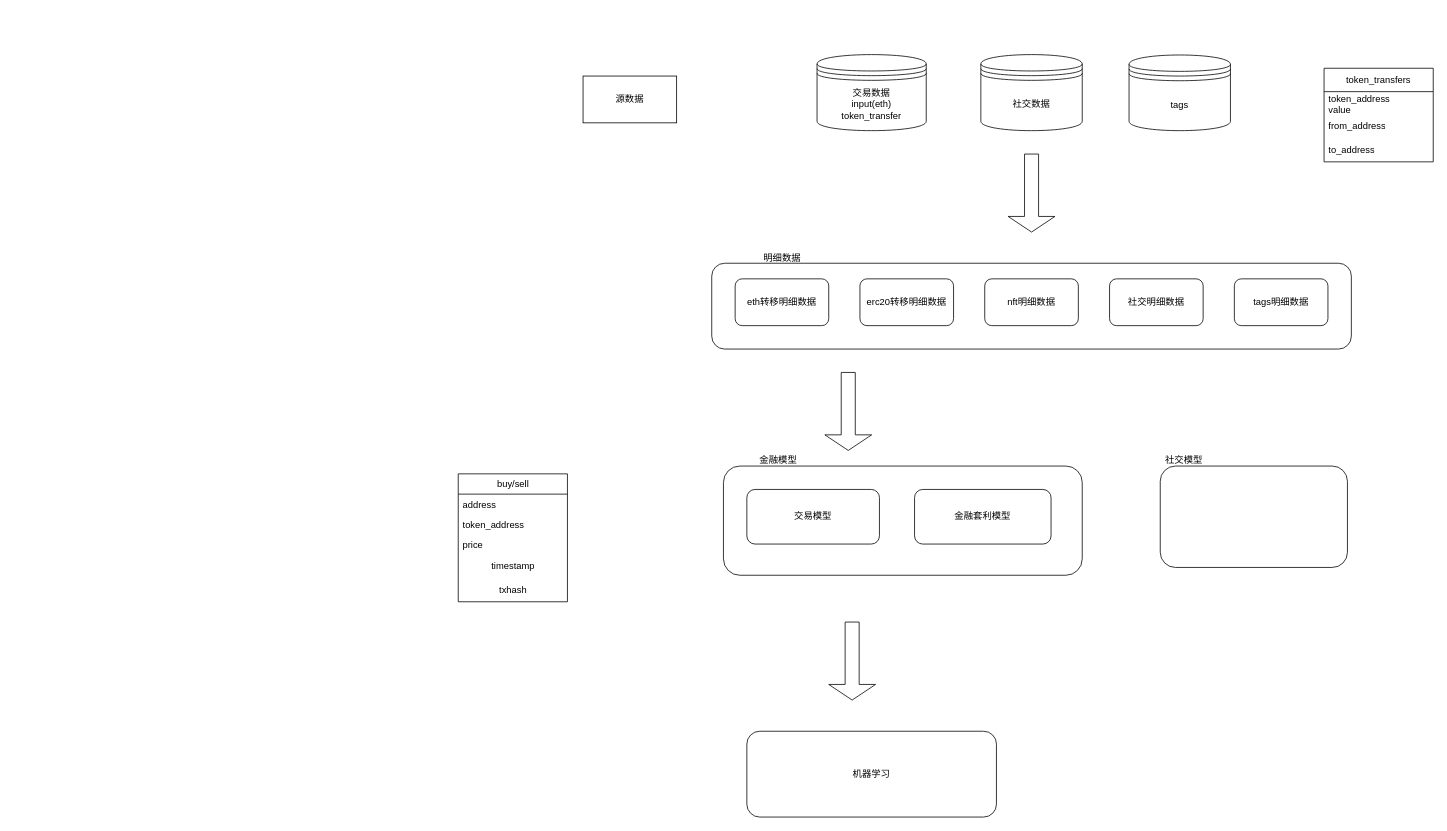
Earlier version of the draw.io diagram data.drawio (YuPccc/My-learning-demo). Source tidied: cells renumbered, new cells numbered last; positions are measured from the earlier drawing's top-left corner, leaving out a move shared by most shapes. Both pictures are drawn from the tidied source at 78%, with x=0, y=0 at pixel (458, 54).
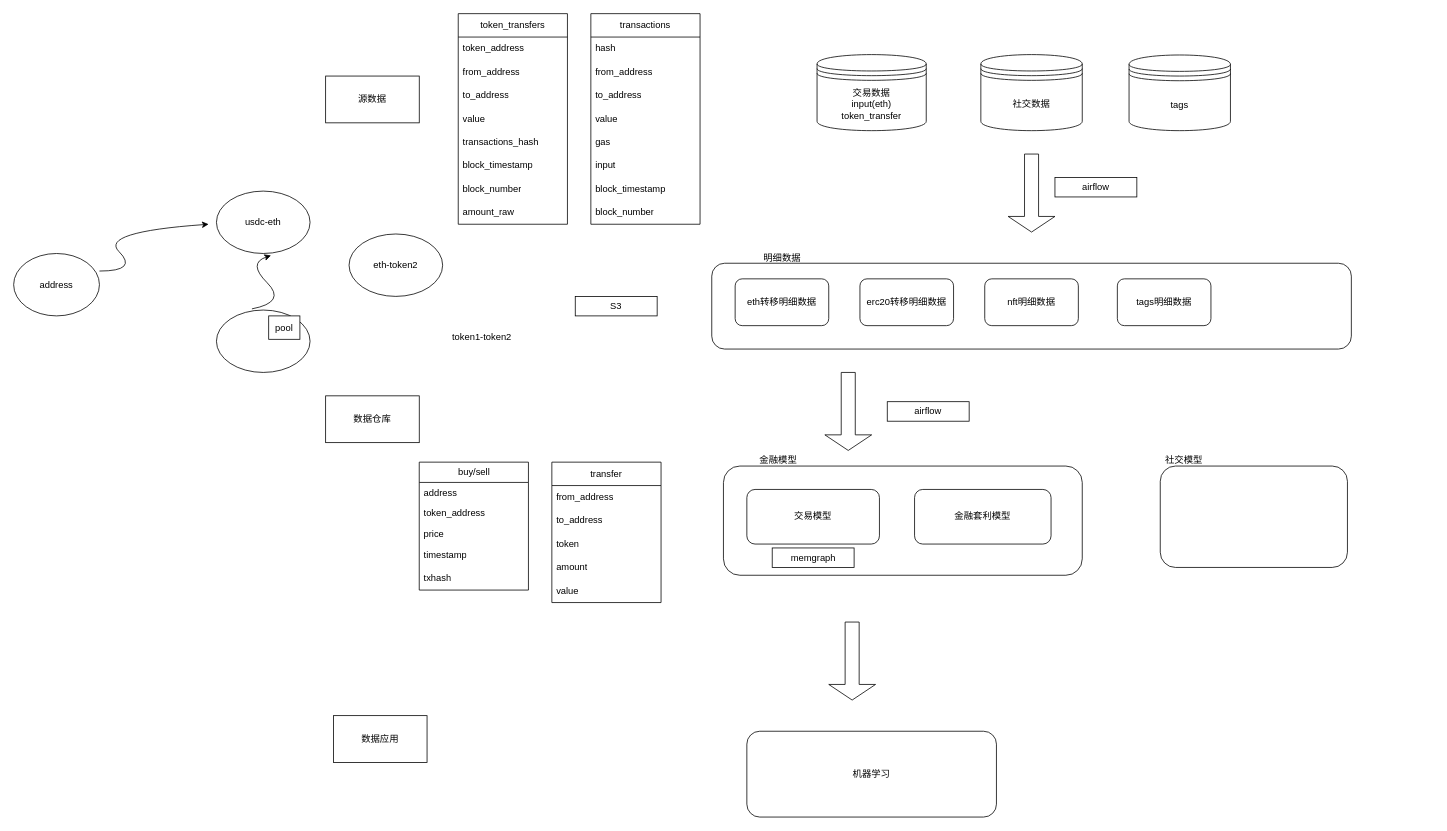
After the change.

What changed in the source:
```diff
@@
     <mxCell id="3" value="源数据" style="rounded=0;whiteSpace=wrap;html=1;" parent="1" vertex="1">
-      <mxGeometry x="160" y="28" width="120" height="60" as="geometry" />
+      <mxGeometry x="-170" y="28" width="120" height="60" as="geometry" />
     </mxCell>
@@
-    <mxCell id="12" value="社交明细数据" style="rounded=1;whiteSpace=wrap;html=1;" parent="1" vertex="1">
-      <mxGeometry x="835" y="288" width="120" height="60" as="geometry" />
-    </mxCell>
     <mxCell id="13" value="tags明细数据" style="rounded=1;whiteSpace=wrap;html=1;" parent="1" vertex="1">
-      <mxGeometry x="995" y="288" width="120" height="60" as="geometry" />
+      <mxGeometry x="845" y="288" width="120" height="60" as="geometry" />
     </mxCell>
@@
     <mxCell id="23" value="token_transfers" style="swimlane;fontStyle=0;horizontal=1;startSize=30;whiteSpace=wrap;html=1;" parent="1" vertex="1">
-      <mxGeometry x="1110" y="18" width="140" height="120" as="geometry" />
+      <mxGeometry y="-52" width="140" height="270" as="geometry" />
     </mxCell>
-    <mxCell id="24" value="token_address&lt;br&gt;value" style="text;strokeColor=none;fillColor=none;align=left;verticalAlign=middle;spacingLeft=4;spacingRight=4;overflow=hidden;whiteSpace=wrap;html=1;" parent="23" vertex="1">
+    <mxCell id="24" value="token_address&lt;br&gt;" style="text;strokeColor=none;fillColor=none;align=left;verticalAlign=middle;spacingLeft=4;spacingRight=4;overflow=hidden;whiteSpace=wrap;html=1;" parent="23" vertex="1">
       <mxGeometry y="30" width="140" height="30" as="geometry" />
     </mxCell>
@@
+    <mxCell id="33" value="to_address" style="text;strokeColor=none;fillColor=none;align=left;verticalAlign=middle;spacingLeft=4;spacingRight=4;overflow=hidden;whiteSpace=wrap;html=1;" parent="23" vertex="1">
+      <mxGeometry y="90" width="140" height="30" as="geometry" />
+    </mxCell>
+    <mxCell id="34" value="value" style="text;strokeColor=none;fillColor=none;align=left;verticalAlign=middle;spacingLeft=4;spacingRight=4;overflow=hidden;whiteSpace=wrap;html=1;" parent="23" vertex="1">
+      <mxGeometry y="120" width="140" height="30" as="geometry" />
+    </mxCell>
+    <mxCell id="35" value="transactions_hash" style="text;strokeColor=none;fillColor=none;align=left;verticalAlign=middle;spacingLeft=4;spacingRight=4;overflow=hidden;whiteSpace=wrap;html=1;" parent="23" vertex="1">
+      <mxGeometry y="150" width="140" height="30" as="geometry" />
+    </mxCell>
+    <mxCell id="36" value="block_timestamp" style="text;strokeColor=none;fillColor=none;align=left;verticalAlign=middle;spacingLeft=4;spacingRight=4;overflow=hidden;whiteSpace=wrap;html=1;" parent="23" vertex="1">
+      <mxGeometry y="180" width="140" height="30" as="geometry" />
+    </mxCell>
-    <mxCell id="26" value="to_address" style="text;strokeColor=none;fillColor=none;align=left;verticalAlign=middle;spacingLeft=4;spacingRight=4;overflow=hidden;whiteSpace=wrap;html=1;" parent="23" vertex="1">
-      <mxGeometry y="90" width="140" height="30" as="geometry" />
+    <mxCell id="26" value="block_number" style="text;strokeColor=none;fillColor=none;align=left;verticalAlign=middle;spacingLeft=4;spacingRight=4;overflow=hidden;whiteSpace=wrap;html=1;" parent="23" vertex="1">
+      <mxGeometry y="210" width="140" height="30" as="geometry" />
     </mxCell>
+    <mxCell id="37" value="amount_raw" style="text;strokeColor=none;fillColor=none;align=left;verticalAlign=middle;spacingLeft=4;spacingRight=4;overflow=hidden;whiteSpace=wrap;html=1;" parent="23" vertex="1">
+      <mxGeometry y="240" width="140" height="30" as="geometry" />
+    </mxCell>
     <mxCell id="27" value="buy/sell" style="swimlane;fontStyle=0;horizontal=1;startSize=26;fillColor=none;html=1;" parent="1" vertex="1">
-      <mxGeometry y="538" width="140" height="164" as="geometry" />
+      <mxGeometry x="-50" y="523" width="140" height="164" as="geometry" />
     </mxCell>
@@
-    <mxCell id="31" value="timestamp" style="text;html=1;align=center;verticalAlign=middle;strokeColor=none;fillColor=none;" parent="27" vertex="1">
+    <mxCell id="31" value="timestamp" style="text;strokeColor=none;fillColor=none;align=left;verticalAlign=middle;spacingLeft=4;spacingRight=4;overflow=hidden;whiteSpace=wrap;html=1;" parent="27" vertex="1">
       <mxGeometry y="104" width="140" height="30" as="geometry" />
     </mxCell>
-    <mxCell id="32" value="txhash" style="text;html=1;align=center;verticalAlign=middle;strokeColor=none;fillColor=none;" parent="27" vertex="1">
+    <mxCell id="32" value="txhash" style="text;strokeColor=none;fillColor=none;align=left;verticalAlign=middle;spacingLeft=4;spacingRight=4;overflow=hidden;whiteSpace=wrap;html=1;" parent="27" vertex="1">
       <mxGeometry y="134" width="140" height="30" as="geometry" />
     </mxCell>
+    <mxCell id="38" value="transfer" style="swimlane;fontStyle=0;horizontal=1;startSize=30;whiteSpace=wrap;html=1;" parent="1" vertex="1">
+      <mxGeometry x="120" y="523" width="140" height="180" as="geometry" />
+    </mxCell>
+    <mxCell id="39" value="from_address" style="text;strokeColor=none;fillColor=none;align=left;verticalAlign=middle;spacingLeft=4;spacingRight=4;overflow=hidden;whiteSpace=wrap;html=1;" parent="38" vertex="1">
+      <mxGeometry y="30" width="140" height="30" as="geometry" />
+    </mxCell>
+    <mxCell id="40" value="to_address" style="text;strokeColor=none;fillColor=none;align=left;verticalAlign=middle;spacingLeft=4;spacingRight=4;overflow=hidden;whiteSpace=wrap;html=1;" parent="38" vertex="1">
+      <mxGeometry y="60" width="140" height="30" as="geometry" />
+    </mxCell>
+    <mxCell id="41" value="token" style="text;strokeColor=none;fillColor=none;align=left;verticalAlign=middle;spacingLeft=4;spacingRight=4;overflow=hidden;whiteSpace=wrap;html=1;" parent="38" vertex="1">
+      <mxGeometry y="90" width="140" height="30" as="geometry" />
+    </mxCell>
+    <mxCell id="42" value="amount" style="text;strokeColor=none;fillColor=none;align=left;verticalAlign=middle;spacingLeft=4;spacingRight=4;overflow=hidden;whiteSpace=wrap;html=1;" parent="38" vertex="1">
+      <mxGeometry y="120" width="140" height="30" as="geometry" />
+    </mxCell>
+    <mxCell id="43" value="value" style="text;strokeColor=none;fillColor=none;align=left;verticalAlign=middle;spacingLeft=4;spacingRight=4;overflow=hidden;whiteSpace=wrap;html=1;" parent="38" vertex="1">
+      <mxGeometry y="150" width="140" height="30" as="geometry" />
+    </mxCell>
+    <mxCell id="44" value="transactions" style="swimlane;fontStyle=0;horizontal=1;startSize=30;whiteSpace=wrap;html=1;" parent="1" vertex="1">
+      <mxGeometry x="170" y="-52" width="140" height="270" as="geometry" />
+    </mxCell>
+    <mxCell id="45" value="hash" style="text;strokeColor=none;fillColor=none;align=left;verticalAlign=middle;spacingLeft=4;spacingRight=4;overflow=hidden;whiteSpace=wrap;html=1;" parent="44" vertex="1">
+      <mxGeometry y="30" width="140" height="30" as="geometry" />
+    </mxCell>
+    <mxCell id="46" value="from_address" style="text;strokeColor=none;fillColor=none;align=left;verticalAlign=middle;spacingLeft=4;spacingRight=4;overflow=hidden;whiteSpace=wrap;html=1;" parent="44" vertex="1">
+      <mxGeometry y="60" width="140" height="30" as="geometry" />
+    </mxCell>
+    <mxCell id="47" value="to_address" style="text;strokeColor=none;fillColor=none;align=left;verticalAlign=middle;spacingLeft=4;spacingRight=4;overflow=hidden;whiteSpace=wrap;html=1;" parent="44" vertex="1">
+      <mxGeometry y="90" width="140" height="30" as="geometry" />
+    </mxCell>
+    <mxCell id="48" value="value" style="text;strokeColor=none;fillColor=none;align=left;verticalAlign=middle;spacingLeft=4;spacingRight=4;overflow=hidden;whiteSpace=wrap;html=1;" parent="44" vertex="1">
+      <mxGeometry y="120" width="140" height="30" as="geometry" />
+    </mxCell>
+    <mxCell id="49" value="gas" style="text;strokeColor=none;fillColor=none;align=left;verticalAlign=middle;spacingLeft=4;spacingRight=4;overflow=hidden;whiteSpace=wrap;html=1;" parent="44" vertex="1">
+      <mxGeometry y="150" width="140" height="30" as="geometry" />
+    </mxCell>
+    <mxCell id="50" value="input" style="text;strokeColor=none;fillColor=none;align=left;verticalAlign=middle;spacingLeft=4;spacingRight=4;overflow=hidden;whiteSpace=wrap;html=1;" parent="44" vertex="1">
+      <mxGeometry y="180" width="140" height="30" as="geometry" />
+    </mxCell>
+    <mxCell id="51" value="block_timestamp" style="text;strokeColor=none;fillColor=none;align=left;verticalAlign=middle;spacingLeft=4;spacingRight=4;overflow=hidden;whiteSpace=wrap;html=1;" parent="44" vertex="1">
+      <mxGeometry y="210" width="140" height="30" as="geometry" />
+    </mxCell>
+    <mxCell id="52" value="block_number" style="text;strokeColor=none;fillColor=none;align=left;verticalAlign=middle;spacingLeft=4;spacingRight=4;overflow=hidden;whiteSpace=wrap;html=1;" parent="44" vertex="1">
+      <mxGeometry y="240" width="140" height="30" as="geometry" />
+    </mxCell>
+    <mxCell id="53" value="数据仓库" style="rounded=0;whiteSpace=wrap;html=1;" parent="1" vertex="1">
+      <mxGeometry x="-170" y="438" width="120" height="60" as="geometry" />
+    </mxCell>
+    <mxCell id="54" value="数据应用" style="rounded=0;whiteSpace=wrap;html=1;" parent="1" vertex="1">
+      <mxGeometry x="-160" y="848" width="120" height="60" as="geometry" />
+    </mxCell>
+    <mxCell id="55" value="airflow" style="rounded=0;whiteSpace=wrap;html=1;" parent="1" vertex="1">
+      <mxGeometry x="765" y="158" width="105" height="25" as="geometry" />
+    </mxCell>
+    <mxCell id="56" value="S3" style="rounded=0;whiteSpace=wrap;html=1;" parent="1" vertex="1">
+      <mxGeometry x="150" y="310.5" width="105" height="25" as="geometry" />
+    </mxCell>
+    <mxCell id="57" value="airflow" style="rounded=0;whiteSpace=wrap;html=1;" parent="1" vertex="1">
+      <mxGeometry x="550" y="445.5" width="105" height="25" as="geometry" />
+    </mxCell>
+    <mxCell id="58" value="memgraph" style="rounded=0;whiteSpace=wrap;html=1;" parent="1" vertex="1">
+      <mxGeometry x="402.5" y="633" width="105" height="25" as="geometry" />
+    </mxCell>
+    <mxCell id="59" value="token1-token2" style="text;html=1;align=center;verticalAlign=middle;strokeColor=none;fillColor=none;" parent="1" vertex="1">
+      <mxGeometry x="-20" y="348" width="100" height="30" as="geometry" />
+    </mxCell>
+    <mxCell id="60" value="address" style="ellipse;whiteSpace=wrap;html=1;" parent="1" vertex="1">
+      <mxGeometry x="-570" y="255.5" width="110" height="80" as="geometry" />
+    </mxCell>
+    <mxCell id="61" style="ellipse;whiteSpace=wrap;html=1;" parent="1" vertex="1">
+      <mxGeometry x="-310" y="328" width="120" height="80" as="geometry" />
+    </mxCell>
+    <mxCell id="62" value="eth-token2" style="ellipse;whiteSpace=wrap;html=1;" parent="1" vertex="1">
+      <mxGeometry x="-140" y="230.5" width="120" height="80" as="geometry" />
+    </mxCell>
+    <mxCell id="63" value="usdc-eth" style="ellipse;whiteSpace=wrap;html=1;" parent="1" vertex="1">
+      <mxGeometry x="-310" y="175.5" width="120" height="80" as="geometry" />
+    </mxCell>
+    <mxCell id="64" style="curved=1;endArrow=classic;html=1;rounded=0;" parent="1" edge="1">
+      <mxGeometry relative="1" as="geometry">
+        <mxPoint x="-460" y="278" as="sourcePoint" />
+        <mxPoint x="-320" y="218" as="targetPoint" />
+        <Array as="points">
+          <mxPoint x="-410" y="278" />
+          <mxPoint x="-460" y="228" />
+        </Array>
+      </mxGeometry>
+    </mxCell>
+    <mxCell id="65" value="pool" style="rounded=0;whiteSpace=wrap;html=1;" parent="1" vertex="1">
+      <mxGeometry x="-243" y="335.5" width="40" height="30" as="geometry" />
+    </mxCell>
+    <mxCell id="66" style="curved=1;endArrow=classic;html=1;rounded=0;exitX=0.379;exitY=-0.019;exitDx=0;exitDy=0;exitPerimeter=0;" parent="1" edge="1" source="61">
+      <mxGeometry relative="1" as="geometry">
+        <mxPoint x="-240" y="258" as="targetPoint" />
+        <Array as="points">
+          <mxPoint x="-220" y="318" />
+          <mxPoint x="-270" y="268" />
+        </Array>
+      </mxGeometry>
+    </mxCell>
```
